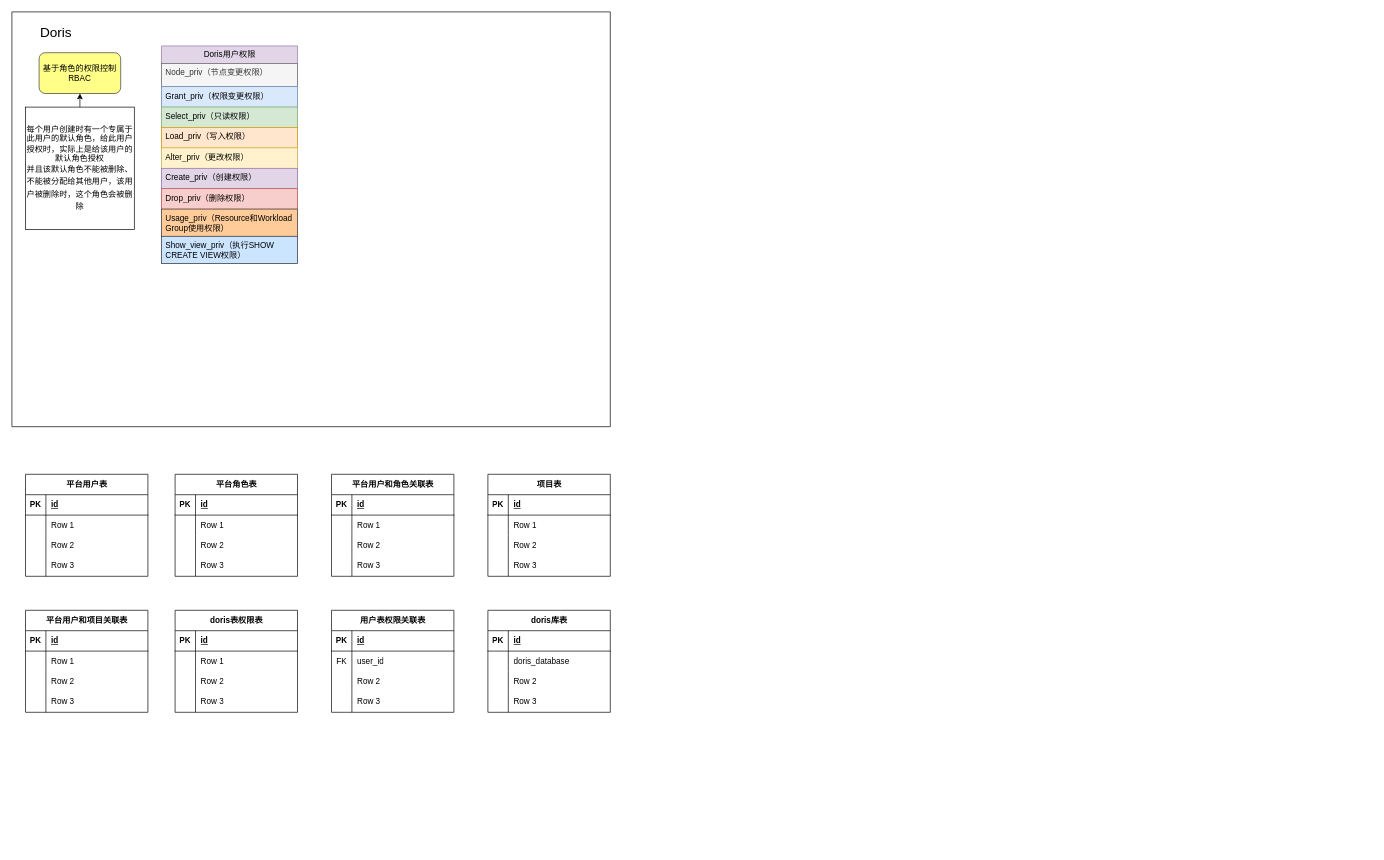
Above: page "doris单表权限控制设计" (2 of 2) of 数据湖.drawio in GorgeousU/draw.io (draw.io), before the change. Source tidied: cells renumbered, new cells numbered last; positions are measured from the earlier drawing's top-left corner, leaving out a move shared by most shapes. Both pictures are drawn from the tidied source at 68%, with x=0, y=0 at pixel (12, 12).
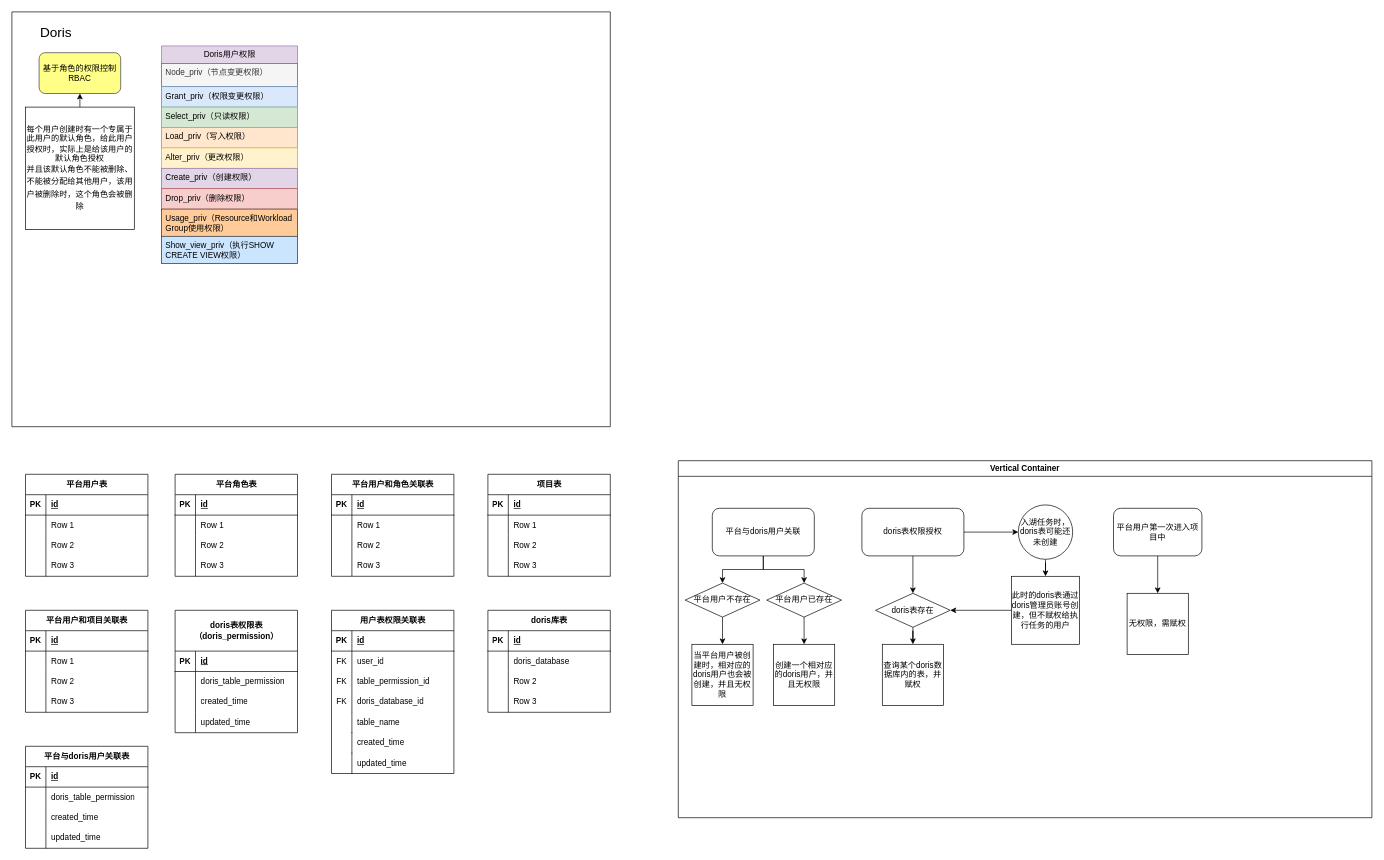
The same diagram, later.

Commit message (it also covers changes not shown here):
更新数据湖.drawio

Unchanged cells that the change refers to:
```xml
<mxCell id="102" style="shape=tableRow;horizontal=0;startSize=0;swimlaneHead=0;swimlaneBody=0;fillColor=none;top=0;left=0;right=0;bottom=0;" parent="95" vertex="1">
  <mxGeometry y="90" width="180" height="30" as="geometry" />
</mxCell>
<mxCell id="105" style="shape=tableRow;horizontal=0;startSize=0;swimlaneHead=0;swimlaneBody=0;fillColor=none;top=0;left=0;right=0;bottom=0;" parent="95" vertex="1">
  <mxGeometry y="120" width="180" height="30" as="geometry" />
</mxCell>
```

What changed in the source:
```diff
@@
-    <mxCell id="82" value="doris表权限表" style="shape=table;startSize=30;childLayout=tableLayout;rowLines=0;fontStyle=1;align=center;html=1;" parent="1" vertex="1">
-      <mxGeometry x="240" y="880" width="180" height="150" as="geometry" />
+    <mxCell id="82" value="doris表权限表&lt;div&gt;（doris_permission）&lt;/div&gt;" style="shape=table;startSize=60;childLayout=tableLayout;rowLines=0;fontStyle=1;align=center;html=1;" parent="1" vertex="1">
+      <mxGeometry x="240" y="880" width="180" height="180" as="geometry" />
     </mxCell>
     <mxCell id="83" style="shape=tableRow;horizontal=0;startSize=0;swimlaneHead=0;swimlaneBody=0;fillColor=none;top=0;left=0;right=0;bottom=1;" parent="82" vertex="1">
-      <mxGeometry y="30" width="180" height="30" as="geometry" />
+      <mxGeometry y="60" width="180" height="30" as="geometry" />
     </mxCell>
@@
     <mxCell id="86" style="shape=tableRow;horizontal=0;startSize=0;swimlaneHead=0;swimlaneBody=0;fillColor=none;top=0;left=0;right=0;bottom=0;" parent="82" vertex="1">
-      <mxGeometry y="60" width="180" height="30" as="geometry" />
+      <mxGeometry y="90" width="180" height="30" as="geometry" />
     </mxCell>
@@
-    <mxCell id="88" value="Row 1" style="shape=partialRectangle;fillColor=none;top=0;left=0;bottom=0;right=0;align=left;spacingLeft=6;overflow=hidden;whiteSpace=wrap;html=1;" parent="86" vertex="1">
+    <mxCell id="88" value="doris_table_permission" style="shape=partialRectangle;fillColor=none;top=0;left=0;bottom=0;right=0;align=left;spacingLeft=6;overflow=hidden;whiteSpace=wrap;html=1;" parent="86" vertex="1">
       <mxGeometry x="30" width="150" height="30" as="geometry" />
     </mxCell>
     <mxCell id="89" style="shape=tableRow;horizontal=0;startSize=0;swimlaneHead=0;swimlaneBody=0;fillColor=none;top=0;left=0;right=0;bottom=0;" parent="82" vertex="1">
-      <mxGeometry y="90" width="180" height="30" as="geometry" />
+      <mxGeometry y="120" width="180" height="30" as="geometry" />
     </mxCell>
@@
-    <mxCell id="91" value="Row 2" style="shape=partialRectangle;fillColor=none;top=0;left=0;bottom=0;right=0;align=left;spacingLeft=6;overflow=hidden;whiteSpace=wrap;html=1;" parent="89" vertex="1">
+    <mxCell id="91" value="created_time" style="shape=partialRectangle;fillColor=none;top=0;left=0;bottom=0;right=0;align=left;spacingLeft=6;overflow=hidden;whiteSpace=wrap;html=1;" parent="89" vertex="1">
       <mxGeometry x="30" width="150" height="30" as="geometry" />
     </mxCell>
     <mxCell id="92" style="shape=tableRow;horizontal=0;startSize=0;swimlaneHead=0;swimlaneBody=0;fillColor=none;top=0;left=0;right=0;bottom=0;" parent="82" vertex="1">
-      <mxGeometry y="120" width="180" height="30" as="geometry" />
+      <mxGeometry y="150" width="180" height="30" as="geometry" />
     </mxCell>
@@
-    <mxCell id="94" value="Row 3" style="shape=partialRectangle;fillColor=none;top=0;left=0;bottom=0;right=0;align=left;spacingLeft=6;overflow=hidden;whiteSpace=wrap;html=1;" parent="92" vertex="1">
+    <mxCell id="94" value="updated_time" style="shape=partialRectangle;fillColor=none;top=0;left=0;bottom=0;right=0;align=left;spacingLeft=6;overflow=hidden;whiteSpace=wrap;html=1;" parent="92" vertex="1">
       <mxGeometry x="30" width="150" height="30" as="geometry" />
     </mxCell>
     <mxCell id="95" value="用户表权限关联表" style="shape=table;startSize=30;childLayout=tableLayout;rowLines=0;fontStyle=1;align=center;html=1;" parent="1" vertex="1">
-      <mxGeometry x="470" y="880" width="180" height="150" as="geometry" />
+      <mxGeometry x="470" y="880" width="180" height="240" as="geometry" />
     </mxCell>
@@
-    <mxCell id="103" style="shape=partialRectangle;fillColor=none;top=0;left=0;bottom=0;right=0;overflow=hidden;whiteSpace=wrap;html=1;" parent="102" vertex="1">
+    <mxCell id="103" value="FK" style="shape=partialRectangle;fillColor=none;top=0;left=0;bottom=0;right=0;overflow=hidden;whiteSpace=wrap;html=1;" parent="102" vertex="1">
       <mxGeometry width="30" height="30" as="geometry" />
     </mxCell>
-    <mxCell id="104" value="Row 2" style="shape=partialRectangle;fillColor=none;top=0;left=0;bottom=0;right=0;align=left;spacingLeft=6;overflow=hidden;whiteSpace=wrap;html=1;" parent="102" vertex="1">
+    <mxCell id="104" value="table_permission_id" style="shape=partialRectangle;fillColor=none;top=0;left=0;bottom=0;right=0;align=left;spacingLeft=6;overflow=hidden;whiteSpace=wrap;html=1;" parent="102" vertex="1">
       <mxGeometry x="30" width="150" height="30" as="geometry" />
     </mxCell>
@@
-    <mxCell id="106" style="shape=partialRectangle;fillColor=none;top=0;left=0;bottom=0;right=0;overflow=hidden;whiteSpace=wrap;html=1;" parent="105" vertex="1">
+    <mxCell id="106" value="FK" style="shape=partialRectangle;fillColor=none;top=0;left=0;bottom=0;right=0;overflow=hidden;whiteSpace=wrap;html=1;" parent="105" vertex="1">
       <mxGeometry width="30" height="30" as="geometry" />
     </mxCell>
-    <mxCell id="107" value="Row 3" style="shape=partialRectangle;fillColor=none;top=0;left=0;bottom=0;right=0;align=left;spacingLeft=6;overflow=hidden;whiteSpace=wrap;html=1;" parent="105" vertex="1">
+    <mxCell id="107" value="doris_database_id" style="shape=partialRectangle;fillColor=none;top=0;left=0;bottom=0;right=0;align=left;spacingLeft=6;overflow=hidden;whiteSpace=wrap;html=1;" parent="105" vertex="1">
       <mxGeometry x="30" width="150" height="30" as="geometry" />
     </mxCell>
@@
+    <mxCell id="121" value="table_name" style="shape=partialRectangle;fillColor=none;top=0;left=0;bottom=0;right=0;align=left;spacingLeft=6;overflow=hidden;whiteSpace=wrap;html=1;" parent="1" vertex="1">
+      <mxGeometry x="500" y="1030" width="150" height="30" as="geometry" />
+    </mxCell>
+    <mxCell id="122" style="shape=partialRectangle;fillColor=none;top=0;left=0;bottom=0;right=0;overflow=hidden;whiteSpace=wrap;html=1;" parent="1" vertex="1">
+      <mxGeometry x="470" y="1030" width="30" height="30" as="geometry" />
+    </mxCell>
+    <mxCell id="123" style="shape=partialRectangle;fillColor=none;align=left;verticalAlign=middle;strokeColor=none;spacingLeft=34;" parent="1" vertex="1">
+      <mxGeometry x="490" y="1030" width="30" height="30" as="geometry" />
+    </mxCell>
+    <mxCell id="124" style="shape=partialRectangle;top=0;left=0;bottom=0;fillColor=none;stokeWidth=1;align=left;verticalAlign=middle;spacingLeft=4;spacingRight=4;overflow=hidden;" parent="123" vertex="1">
+      <mxGeometry width="10" height="30" as="geometry" />
+    </mxCell>
+    <mxCell id="125" value="created_time" style="shape=partialRectangle;fillColor=none;top=0;left=0;bottom=0;right=0;align=left;spacingLeft=6;overflow=hidden;whiteSpace=wrap;html=1;" parent="1" vertex="1">
+      <mxGeometry x="500" y="1060" width="150" height="30" as="geometry" />
+    </mxCell>
+    <mxCell id="126" value="updated_time" style="shape=partialRectangle;fillColor=none;top=0;left=0;bottom=0;right=0;align=left;spacingLeft=6;overflow=hidden;whiteSpace=wrap;html=1;" parent="1" vertex="1">
+      <mxGeometry x="500" y="1090" width="150" height="30" as="geometry" />
+    </mxCell>
+    <mxCell id="127" style="shape=partialRectangle;fillColor=none;align=left;verticalAlign=middle;strokeColor=none;spacingLeft=34;" parent="1" vertex="1">
+      <mxGeometry x="490" y="1060" width="30" height="30" as="geometry" />
+    </mxCell>
+    <mxCell id="128" style="shape=partialRectangle;top=0;left=0;bottom=0;fillColor=none;stokeWidth=1;align=left;verticalAlign=middle;spacingLeft=4;spacingRight=4;overflow=hidden;" parent="127" vertex="1">
+      <mxGeometry width="10" height="30" as="geometry" />
+    </mxCell>
+    <mxCell id="129" style="shape=partialRectangle;fillColor=none;align=left;verticalAlign=middle;strokeColor=none;spacingLeft=34;" parent="1" vertex="1">
+      <mxGeometry x="490" y="1090" width="30" height="30" as="geometry" />
+    </mxCell>
+    <mxCell id="130" style="shape=partialRectangle;top=0;left=0;bottom=0;fillColor=none;stokeWidth=1;align=left;verticalAlign=middle;spacingLeft=4;spacingRight=4;overflow=hidden;" parent="129" vertex="1">
+      <mxGeometry width="10" height="30" as="geometry" />
+    </mxCell>
+    <mxCell id="131" value="平台与doris用户关联表" style="shape=table;startSize=30;childLayout=tableLayout;rowLines=0;fontStyle=1;align=center;html=1;" parent="1" vertex="1">
+      <mxGeometry x="20" y="1080" width="180" height="150" as="geometry" />
+    </mxCell>
+    <mxCell id="132" style="shape=tableRow;horizontal=0;startSize=0;swimlaneHead=0;swimlaneBody=0;fillColor=none;top=0;left=0;right=0;bottom=1;" parent="131" vertex="1">
+      <mxGeometry y="30" width="180" height="30" as="geometry" />
+    </mxCell>
+    <mxCell id="133" value="PK" style="shape=partialRectangle;fillColor=none;top=0;left=0;bottom=0;right=0;fontStyle=1;overflow=hidden;whiteSpace=wrap;html=1;" parent="132" vertex="1">
+      <mxGeometry width="30" height="30" as="geometry" />
+    </mxCell>
+    <mxCell id="134" value="id" style="shape=partialRectangle;fillColor=none;top=0;left=0;bottom=0;right=0;align=left;spacingLeft=6;fontStyle=5;overflow=hidden;whiteSpace=wrap;html=1;" parent="132" vertex="1">
+      <mxGeometry x="30" width="150" height="30" as="geometry" />
+    </mxCell>
+    <mxCell id="135" style="shape=tableRow;horizontal=0;startSize=0;swimlaneHead=0;swimlaneBody=0;fillColor=none;top=0;left=0;right=0;bottom=0;" parent="131" vertex="1">
+      <mxGeometry y="60" width="180" height="30" as="geometry" />
+    </mxCell>
+    <mxCell id="136" style="shape=partialRectangle;fillColor=none;top=0;left=0;bottom=0;right=0;overflow=hidden;whiteSpace=wrap;html=1;" parent="135" vertex="1">
+      <mxGeometry width="30" height="30" as="geometry" />
+    </mxCell>
+    <mxCell id="137" value="doris_table_permission" style="shape=partialRectangle;fillColor=none;top=0;left=0;bottom=0;right=0;align=left;spacingLeft=6;overflow=hidden;whiteSpace=wrap;html=1;" parent="135" vertex="1">
+      <mxGeometry x="30" width="150" height="30" as="geometry" />
+    </mxCell>
+    <mxCell id="138" style="shape=tableRow;horizontal=0;startSize=0;swimlaneHead=0;swimlaneBody=0;fillColor=none;top=0;left=0;right=0;bottom=0;" parent="131" vertex="1">
+      <mxGeometry y="90" width="180" height="30" as="geometry" />
+    </mxCell>
+    <mxCell id="139" style="shape=partialRectangle;fillColor=none;top=0;left=0;bottom=0;right=0;overflow=hidden;whiteSpace=wrap;html=1;" parent="138" vertex="1">
+      <mxGeometry width="30" height="30" as="geometry" />
+    </mxCell>
+    <mxCell id="140" value="created_time" style="shape=partialRectangle;fillColor=none;top=0;left=0;bottom=0;right=0;align=left;spacingLeft=6;overflow=hidden;whiteSpace=wrap;html=1;" parent="138" vertex="1">
+      <mxGeometry x="30" width="150" height="30" as="geometry" />
+    </mxCell>
+    <mxCell id="141" style="shape=tableRow;horizontal=0;startSize=0;swimlaneHead=0;swimlaneBody=0;fillColor=none;top=0;left=0;right=0;bottom=0;" parent="131" vertex="1">
+      <mxGeometry y="120" width="180" height="30" as="geometry" />
+    </mxCell>
+    <mxCell id="142" style="shape=partialRectangle;fillColor=none;top=0;left=0;bottom=0;right=0;overflow=hidden;whiteSpace=wrap;html=1;" parent="141" vertex="1">
+      <mxGeometry width="30" height="30" as="geometry" />
+    </mxCell>
+    <mxCell id="143" value="updated_time" style="shape=partialRectangle;fillColor=none;top=0;left=0;bottom=0;right=0;align=left;spacingLeft=6;overflow=hidden;whiteSpace=wrap;html=1;" parent="141" vertex="1">
+      <mxGeometry x="30" width="150" height="30" as="geometry" />
+    </mxCell>
+    <mxCell id="144" value="Vertical Container" style="swimlane;whiteSpace=wrap;html=1;" parent="1" vertex="1">
+      <mxGeometry x="980" y="660" width="1020" height="525" as="geometry" />
+    </mxCell>
+    <mxCell id="145" style="edgeStyle=orthogonalEdgeStyle;rounded=0;jettySize=auto;html=1;entryX=0.5;entryY=0;entryDx=0;entryDy=0;" parent="144" edge="1" source="147" target="150">
+      <mxGeometry relative="1" as="geometry" />
+    </mxCell>
+    <mxCell id="146" style="edgeStyle=orthogonalEdgeStyle;rounded=0;jettySize=auto;html=1;entryX=0.5;entryY=0;entryDx=0;entryDy=0;" parent="144" edge="1" source="147" target="152">
+      <mxGeometry relative="1" as="geometry" />
+    </mxCell>
+    <mxCell id="147" value="平台与doris用户关联" style="rounded=1;whiteSpace=wrap;html=1;" parent="144" vertex="1">
+      <mxGeometry x="50" y="70" width="150" height="70" as="geometry" />
+    </mxCell>
+    <mxCell id="148" value="当平台用户被创建时，相对应的doris用户也会被创建，并且无权限" style="whiteSpace=wrap;html=1;" parent="144" vertex="1">
+      <mxGeometry x="20" y="270" width="90" height="90" as="geometry" />
+    </mxCell>
+    <mxCell id="149" style="edgeStyle=orthogonalEdgeStyle;rounded=0;jettySize=auto;html=1;entryX=0.5;entryY=0;entryDx=0;entryDy=0;" parent="144" edge="1" source="150" target="148">
+      <mxGeometry relative="1" as="geometry" />
+    </mxCell>
+    <mxCell id="150" value="平台用户不存在" style="rhombus;whiteSpace=wrap;html=1;" parent="144" vertex="1">
+      <mxGeometry x="10" y="180" width="110" height="50" as="geometry" />
+    </mxCell>
+    <mxCell id="151" style="edgeStyle=orthogonalEdgeStyle;rounded=0;jettySize=auto;html=1;entryX=0.5;entryY=0;entryDx=0;entryDy=0;" parent="144" edge="1" source="152" target="153">
+      <mxGeometry relative="1" as="geometry" />
+    </mxCell>
+    <mxCell id="152" value="平台用户已存在" style="rhombus;whiteSpace=wrap;html=1;" parent="144" vertex="1">
+      <mxGeometry x="130" y="180" width="110" height="50" as="geometry" />
+    </mxCell>
+    <mxCell id="153" value="创建一个相对应的doris用户，并且无权限" style="whiteSpace=wrap;html=1;" parent="144" vertex="1">
+      <mxGeometry x="140" y="270" width="90" height="90" as="geometry" />
+    </mxCell>
+    <mxCell id="154" style="edgeStyle=orthogonalEdgeStyle;rounded=0;jettySize=auto;html=1;entryX=0.5;entryY=0;entryDx=0;entryDy=0;" parent="144" edge="1" source="156" target="158">
+      <mxGeometry relative="1" as="geometry" />
+    </mxCell>
+    <mxCell id="155" style="edgeStyle=orthogonalEdgeStyle;rounded=0;jettySize=auto;html=1;entryX=0;entryY=0.5;entryDx=0;entryDy=0;" parent="144" edge="1" source="156" target="161">
+      <mxGeometry relative="1" as="geometry" />
+    </mxCell>
+    <mxCell id="156" value="doris表权限授权" style="rounded=1;whiteSpace=wrap;html=1;" parent="144" vertex="1">
+      <mxGeometry x="270" y="70" width="150" height="70" as="geometry" />
+    </mxCell>
+    <mxCell id="157" style="edgeStyle=orthogonalEdgeStyle;rounded=0;jettySize=auto;html=1;entryX=0.5;entryY=0;entryDx=0;entryDy=0;" parent="144" edge="1" source="158" target="159">
+      <mxGeometry relative="1" as="geometry" />
+    </mxCell>
+    <mxCell id="158" value="doris表存在" style="rhombus;whiteSpace=wrap;html=1;" parent="144" vertex="1">
+      <mxGeometry x="290" y="195" width="110" height="50" as="geometry" />
+    </mxCell>
+    <mxCell id="159" value="查询某个doris数据库内的表，并赋权" style="whiteSpace=wrap;html=1;" parent="144" vertex="1">
+      <mxGeometry x="300" y="270" width="90" height="90" as="geometry" />
+    </mxCell>
+    <mxCell id="160" style="edgeStyle=orthogonalEdgeStyle;rounded=0;jettySize=auto;html=1;" parent="144" edge="1" source="161" target="163">
+      <mxGeometry relative="1" as="geometry" />
+    </mxCell>
+    <mxCell id="161" value="入湖任务时，doris表可能还未创建" style="ellipse;whiteSpace=wrap;html=1;" parent="144" vertex="1">
+      <mxGeometry x="500" y="65" width="80" height="80" as="geometry" />
+    </mxCell>
+    <mxCell id="162" style="edgeStyle=orthogonalEdgeStyle;rounded=0;jettySize=auto;html=1;entryX=1;entryY=0.5;entryDx=0;entryDy=0;" parent="144" edge="1" source="163" target="158">
+      <mxGeometry relative="1" as="geometry" />
+    </mxCell>
+    <mxCell id="163" value="此时的doris表通过doris管理员账号创建，但不赋权给执行任务的用户" style="whiteSpace=wrap;html=1;" parent="144" vertex="1">
+      <mxGeometry x="490" y="170" width="100" height="100" as="geometry" />
+    </mxCell>
+    <mxCell id="164" style="edgeStyle=orthogonalEdgeStyle;rounded=0;jettySize=auto;html=1;exitX=0.5;exitY=1;exitDx=0;exitDy=0;entryX=0.5;entryY=0;entryDx=0;entryDy=0;" parent="144" edge="1" source="165" target="166">
+      <mxGeometry relative="1" as="geometry" />
+    </mxCell>
+    <mxCell id="165" value="平台用户第一次进入项目中" style="rounded=1;whiteSpace=wrap;html=1;" parent="144" vertex="1">
+      <mxGeometry x="640" y="70" width="130" height="70" as="geometry" />
+    </mxCell>
+    <mxCell id="166" value="无权限，需赋权" style="whiteSpace=wrap;html=1;" parent="144" vertex="1">
+      <mxGeometry x="660" y="195" width="90" height="90" as="geometry" />
+    </mxCell>
```
